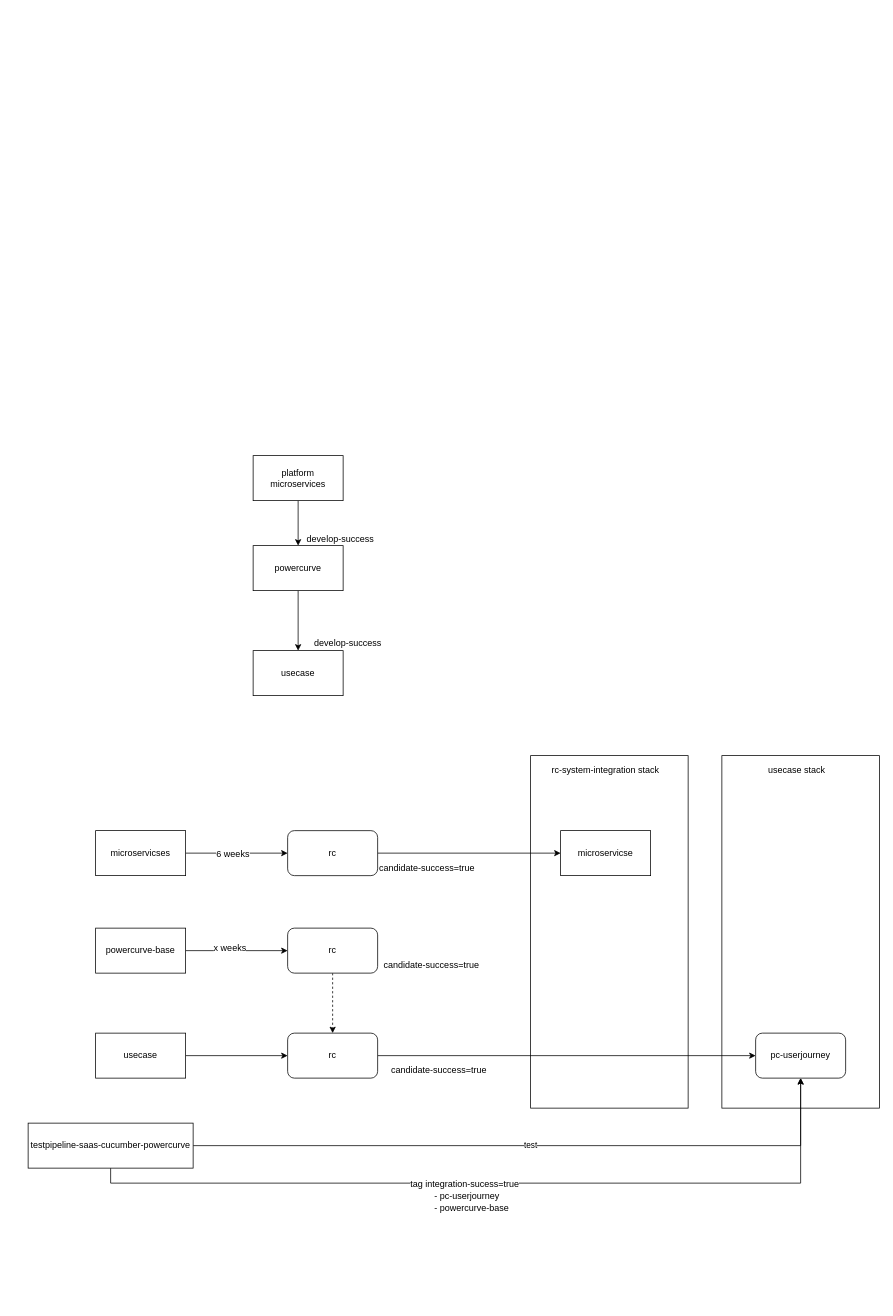
Before: release-flow.drawio in cjjian/Diagram, a draw.io diagram. Source tidied: cells renumbered, new cells numbered last; positions are measured from the earlier drawing's top-left corner, leaving out a move shared by most shapes. Both pictures are drawn from the tidied source at 75%, with x=0, y=0 at pixel (28, 455).
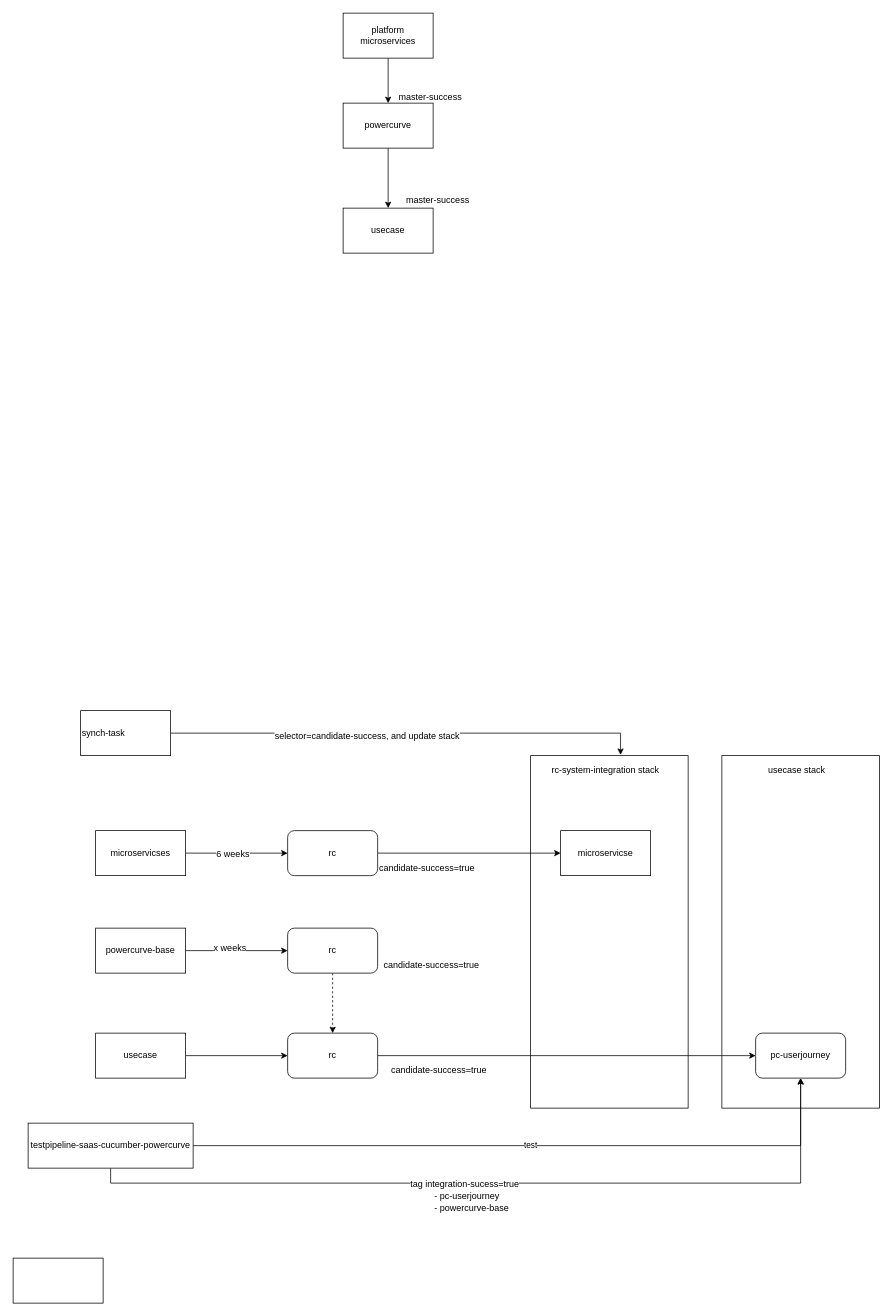
The same diagram, later.

Unchanged cells that the change refers to:
```xml
<mxCell id="3" style="rounded=0;whiteSpace=wrap;html=1;" parent="1" vertex="1">
  <mxGeometry x="670" y="400" width="210" height="470" as="geometry" />
</mxCell>
```

Diff of the diagram source:
```diff
@@
     <mxCell id="5" value="platform microservices" style="rounded=0;whiteSpace=wrap;html=1;" parent="1" vertex="1">
-      <mxGeometry x="300" width="120" height="60" as="geometry" />
+      <mxGeometry x="420" y="-590" width="120" height="60" as="geometry" />
     </mxCell>
@@
     <mxCell id="7" value="powercurve" style="rounded=0;whiteSpace=wrap;html=1;" parent="1" vertex="1">
-      <mxGeometry x="300" y="120" width="120" height="60" as="geometry" />
+      <mxGeometry x="420" y="-470" width="120" height="60" as="geometry" />
     </mxCell>
     <mxCell id="8" value="usecase" style="rounded=0;whiteSpace=wrap;html=1;" parent="1" vertex="1">
-      <mxGeometry x="300" y="260" width="120" height="60" as="geometry" />
+      <mxGeometry x="420" y="-330" width="120" height="60" as="geometry" />
     </mxCell>
-    <mxCell id="9" value="develop-success" style="text;html=1;align=center;verticalAlign=middle;" parent="1" vertex="1">
-      <mxGeometry x="366" y="102" width="100" height="20" as="geometry" />
+    <mxCell id="9" value="master-success" style="text;html=1;align=center;verticalAlign=middle;" parent="1" vertex="1">
+      <mxGeometry x="486" y="-488" width="100" height="20" as="geometry" />
     </mxCell>
-    <mxCell id="10" value="develop-success" style="text;html=1;align=center;verticalAlign=middle;" parent="1" vertex="1">
-      <mxGeometry x="376" y="240" width="100" height="20" as="geometry" />
+    <mxCell id="10" value="master-success" style="text;html=1;align=center;verticalAlign=middle;" parent="1" vertex="1">
+      <mxGeometry x="496" y="-350" width="100" height="20" as="geometry" />
     </mxCell>
@@
+    <mxCell id="37" style="edgeStyle=orthogonalEdgeStyle;rounded=0;jettySize=auto;html=1;entryX=0.571;entryY=-0.002;entryDx=0;entryDy=0;entryPerimeter=0;" parent="1" edge="1" source="39" target="3">
+      <mxGeometry relative="1" as="geometry" />
+    </mxCell>
+    <mxCell id="38" value="selector=candidate-success, and update stack" style="text;html=1;align=center;verticalAlign=middle;labelBackgroundColor=#ffffff;" parent="37" vertex="1">
+      <mxGeometry x="-0.17" y="-3" relative="1" as="geometry" />
+    </mxCell>
+    <mxCell id="39" value="synch-task" style="rounded=0;whiteSpace=wrap;html=1;align=left;" parent="1" vertex="1">
+      <mxGeometry x="70" y="340" width="120" height="60" as="geometry" />
+    </mxCell>
+    <mxCell id="40" style="rounded=0;whiteSpace=wrap;html=1;align=left;" parent="1" vertex="1">
+      <mxGeometry x="-20" y="1070" width="120" height="60" as="geometry" />
+    </mxCell>
```
